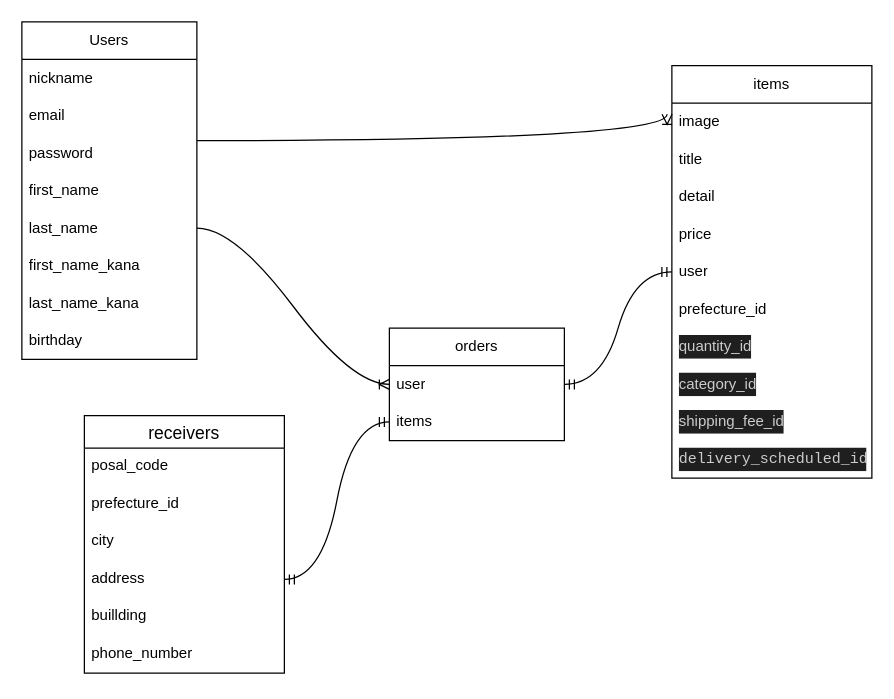
Before: データベース.dio in Mshu72/furima-40878, a draw.io diagram. Source tidied: cells renumbered, new cells numbered last; positions are measured from the earlier drawing's top-left corner, leaving out a move shared by most shapes. Both pictures are drawn from the tidied source at 125%, with x=0, y=0 at pixel (21, 21).
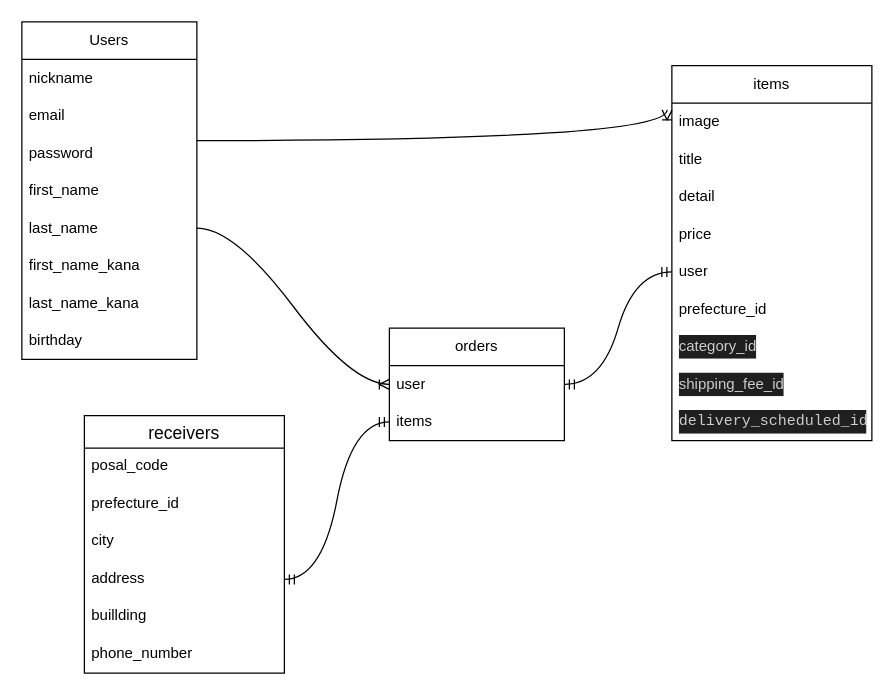
The same page after the edit.

Change to the diagram source:
```diff
@@
     <mxCell id="11" value="items" style="swimlane;fontStyle=0;horizontal=1;startSize=30;whiteSpace=wrap;html=1;" parent="1" vertex="1">
-      <mxGeometry x="520" y="35" width="160" height="330" as="geometry" />
+      <mxGeometry x="520" y="35" width="160" height="300" as="geometry" />
     </mxCell>
@@
-    <mxCell id="18" value="&lt;div style=&quot;color: rgb(204, 204, 204); background-color: rgb(31, 31, 31); line-height: 19px;&quot;&gt;&lt;font style=&quot;font-size: 12px;&quot;&gt;quantity_id&lt;/font&gt;&lt;/div&gt;" style="text;strokeColor=none;fillColor=none;align=left;verticalAlign=middle;spacingLeft=4;spacingRight=4;overflow=hidden;whiteSpace=wrap;html=1;" parent="11" vertex="1">
-      <mxGeometry y="210" width="160" height="30" as="geometry" />
-    </mxCell>
     <mxCell id="19" value="&lt;div style=&quot;color: rgb(204, 204, 204); background-color: rgb(31, 31, 31); line-height: 19px;&quot;&gt;&lt;font style=&quot;font-size: 12px;&quot;&gt;category_id&lt;/font&gt;&lt;/div&gt;" style="text;strokeColor=none;fillColor=none;align=left;verticalAlign=middle;spacingLeft=4;spacingRight=4;overflow=hidden;whiteSpace=wrap;html=1;" parent="11" vertex="1">
-      <mxGeometry y="240" width="160" height="30" as="geometry" />
+      <mxGeometry y="210" width="160" height="30" as="geometry" />
     </mxCell>
     <mxCell id="20" value="&lt;div style=&quot;color: rgb(204, 204, 204); background-color: rgb(31, 31, 31); font-size: 12px; line-height: 19px;&quot;&gt;shipping_fee_id&lt;/div&gt;" style="text;strokeColor=none;fillColor=none;align=left;verticalAlign=middle;spacingLeft=4;spacingRight=4;overflow=hidden;whiteSpace=wrap;html=1;fontFamily=Helvetica;fontSize=12;" parent="11" vertex="1">
-      <mxGeometry y="270" width="160" height="30" as="geometry" />
+      <mxGeometry y="240" width="160" height="30" as="geometry" />
     </mxCell>
     <mxCell id="21" value="&lt;div style=&quot;color: rgb(204, 204, 204); background-color: rgb(31, 31, 31); font-family: Consolas, &amp;quot;Courier New&amp;quot;, monospace; line-height: 19px;&quot;&gt;delivery_scheduled_id&lt;/div&gt;" style="text;strokeColor=none;fillColor=none;align=left;verticalAlign=middle;spacingLeft=4;spacingRight=4;overflow=hidden;whiteSpace=wrap;html=1;" parent="11" vertex="1">
-      <mxGeometry y="300" width="160" height="30" as="geometry" />
+      <mxGeometry y="270" width="160" height="30" as="geometry" />
     </mxCell>
```
